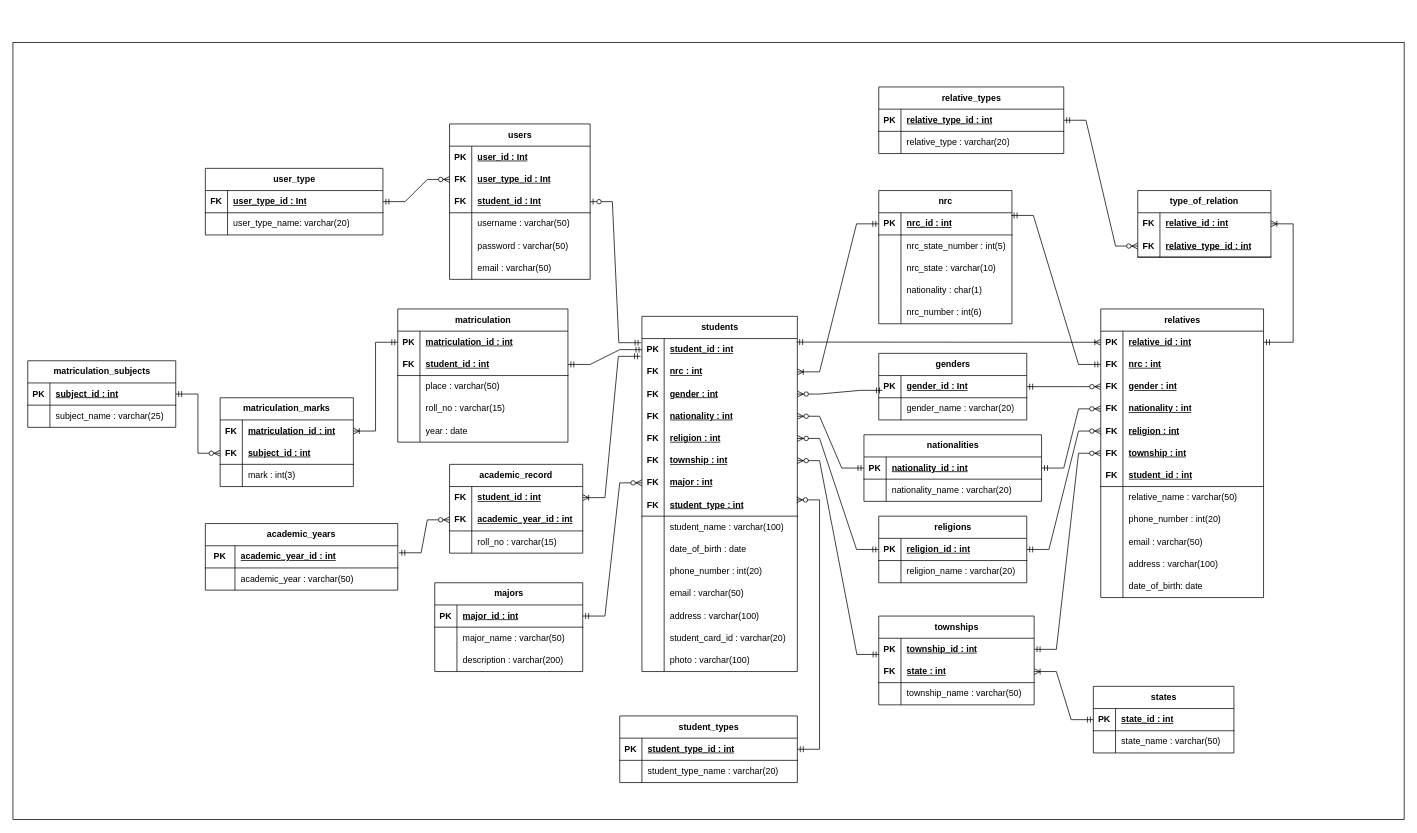
shinjir0u/StudentRegistrationSystem keeps this draw.io diagram as database/database.drawio. Above is the earlier version. Source tidied: cells renumbered, new cells numbered last; positions are measured from the earlier drawing's top-left corner, leaving out a move shared by most shapes. Both pictures are drawn from the tidied source at 74%, with x=0, y=0 at pixel (13, -224).
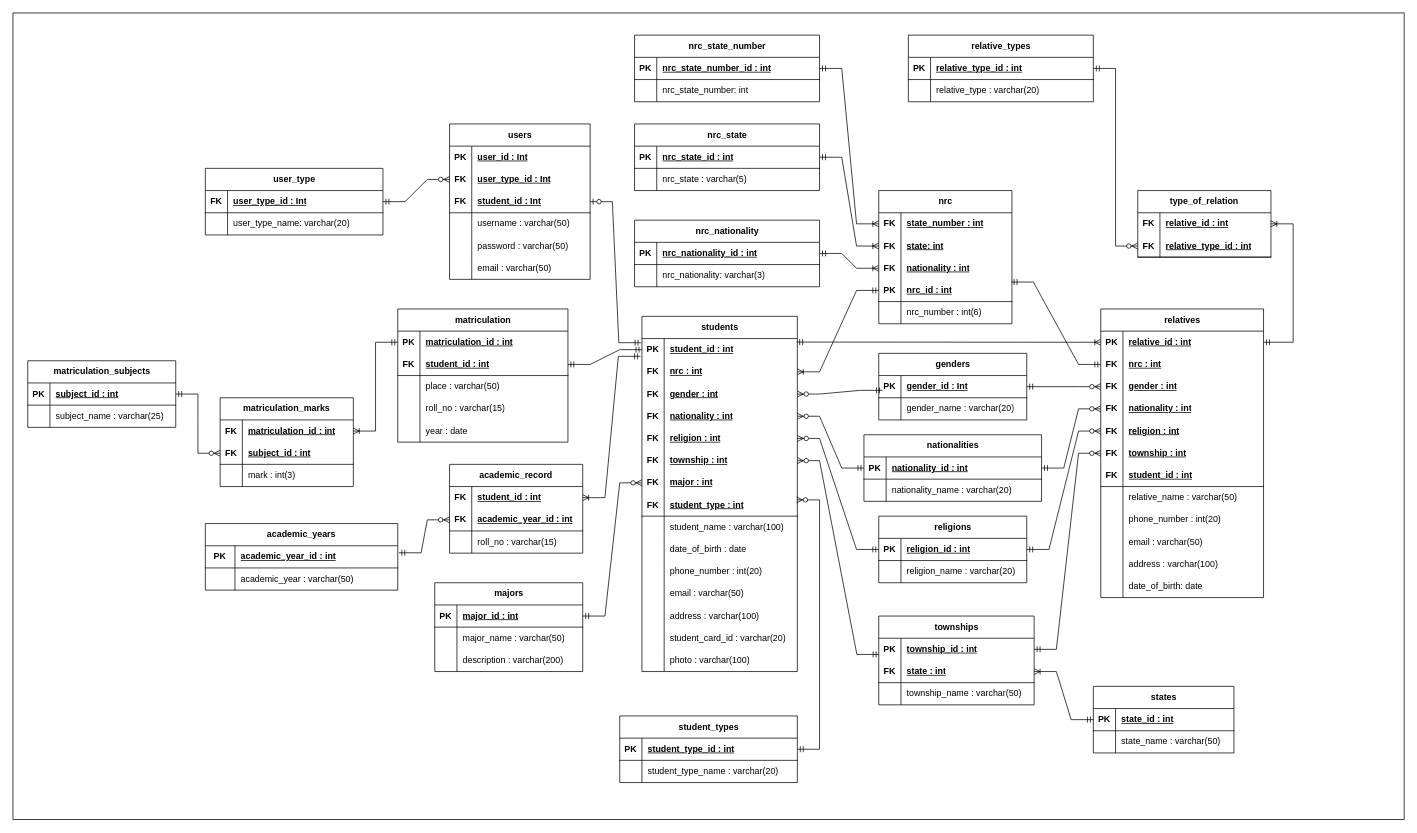
Above is the later version.

The change refers to these unchanged cells:
```xml
<mxCell id="129" value="nrc" style="shape=table;startSize=30;childLayout=tableLayout;rowLines=0;fontStyle=1;align=center;html=1;" parent="1" vertex="1">
  <mxGeometry x="1170" y="560" width="180" height="180" as="geometry" />
</mxCell>
```

The edit, as a diff of the source:
```diff
@@
     <mxCell id="2" style="rounded=0;whiteSpace=wrap;html=1;" parent="1" vertex="1">
-      <mxGeometry y="360" width="1880" height="1050" as="geometry" />
+      <mxGeometry y="320" width="1880" height="1090" as="geometry" />
     </mxCell>
@@
-    <mxCell id="130" style="shape=tableRow;horizontal=0;startSize=0;swimlaneHead=0;swimlaneBody=0;fillColor=none;points=[[0,0.5],[1,0.5]];portConstraint=eastwest;top=0;left=0;right=0;bottom=1;" parent="129" vertex="1">
-      <mxGeometry y="30" width="180" height="30" as="geometry" />
-    </mxCell>
-    <mxCell id="131" value="PK" style="shape=partialRectangle;fillColor=none;top=0;left=0;bottom=0;right=0;fontStyle=1;overflow=hidden;whiteSpace=wrap;html=1;" parent="130" vertex="1">
-      <mxGeometry width="30" height="30" as="geometry" />
-    </mxCell>
-    <mxCell id="132" value="nrc_id : int" style="shape=partialRectangle;fillColor=none;top=0;left=0;bottom=0;right=0;align=left;spacingLeft=6;fontStyle=5;overflow=hidden;whiteSpace=wrap;html=1;" parent="130" vertex="1">
-      <mxGeometry x="30" width="150" height="30" as="geometry" />
-    </mxCell>
     <mxCell id="133" style="shape=tableRow;horizontal=0;startSize=0;swimlaneHead=0;swimlaneBody=0;fillColor=none;points=[[0,0.5],[1,0.5]];portConstraint=eastwest;top=0;left=0;right=0;bottom=0;" parent="129" vertex="1">
-      <mxGeometry y="60" width="180" height="30" as="geometry" />
+      <mxGeometry y="30" width="180" height="30" as="geometry" />
     </mxCell>
-    <mxCell id="134" style="shape=partialRectangle;fillColor=none;top=0;left=0;bottom=0;right=0;overflow=hidden;whiteSpace=wrap;html=1;" parent="133" vertex="1">
+    <mxCell id="134" value="&lt;b&gt;FK&lt;/b&gt;" style="shape=partialRectangle;fillColor=none;top=0;left=0;bottom=0;right=0;overflow=hidden;whiteSpace=wrap;html=1;" parent="133" vertex="1">
       <mxGeometry width="30" height="30" as="geometry" />
     </mxCell>
-    <mxCell id="135" value="nrc_state_number : int(5)" style="shape=partialRectangle;fillColor=none;top=0;left=0;bottom=0;right=0;align=left;spacingLeft=6;overflow=hidden;whiteSpace=wrap;html=1;" parent="133" vertex="1">
+    <mxCell id="135" value="&lt;u&gt;&lt;b&gt;state_number : int&lt;/b&gt;&lt;/u&gt;" style="shape=partialRectangle;fillColor=none;top=0;left=0;bottom=0;right=0;align=left;spacingLeft=6;overflow=hidden;whiteSpace=wrap;html=1;" parent="133" vertex="1">
       <mxGeometry x="30" width="150" height="30" as="geometry" />
     </mxCell>
     <mxCell id="136" style="shape=tableRow;horizontal=0;startSize=0;swimlaneHead=0;swimlaneBody=0;fillColor=none;points=[[0,0.5],[1,0.5]];portConstraint=eastwest;top=0;left=0;right=0;bottom=0;" parent="129" vertex="1">
-      <mxGeometry y="90" width="180" height="30" as="geometry" />
+      <mxGeometry y="60" width="180" height="30" as="geometry" />
     </mxCell>
-    <mxCell id="137" style="shape=partialRectangle;fillColor=none;top=0;left=0;bottom=0;right=0;overflow=hidden;whiteSpace=wrap;html=1;" parent="136" vertex="1">
+    <mxCell id="137" value="&lt;b&gt;FK&lt;/b&gt;" style="shape=partialRectangle;fillColor=none;top=0;left=0;bottom=0;right=0;overflow=hidden;whiteSpace=wrap;html=1;" parent="136" vertex="1">
       <mxGeometry width="30" height="30" as="geometry" />
     </mxCell>
-    <mxCell id="138" value="nrc_state : varchar(10)" style="shape=partialRectangle;fillColor=none;top=0;left=0;bottom=0;right=0;align=left;spacingLeft=6;overflow=hidden;whiteSpace=wrap;html=1;" parent="136" vertex="1">
+    <mxCell id="138" value="&lt;u&gt;&lt;b&gt;state: int&lt;br&gt;&lt;/b&gt;&lt;/u&gt;" style="shape=partialRectangle;fillColor=none;top=0;left=0;bottom=0;right=0;align=left;spacingLeft=6;overflow=hidden;whiteSpace=wrap;html=1;" parent="136" vertex="1">
       <mxGeometry x="30" width="150" height="30" as="geometry" />
     </mxCell>
     <mxCell id="139" style="shape=tableRow;horizontal=0;startSize=0;swimlaneHead=0;swimlaneBody=0;fillColor=none;points=[[0,0.5],[1,0.5]];portConstraint=eastwest;top=0;left=0;right=0;bottom=0;" parent="129" vertex="1">
-      <mxGeometry y="120" width="180" height="30" as="geometry" />
+      <mxGeometry y="90" width="180" height="30" as="geometry" />
     </mxCell>
-    <mxCell id="140" style="shape=partialRectangle;fillColor=none;top=0;left=0;bottom=0;right=0;overflow=hidden;whiteSpace=wrap;html=1;" parent="139" vertex="1">
+    <mxCell id="140" value="&lt;b&gt;FK&lt;/b&gt;" style="shape=partialRectangle;fillColor=none;top=0;left=0;bottom=0;right=0;overflow=hidden;whiteSpace=wrap;html=1;" parent="139" vertex="1">
       <mxGeometry width="30" height="30" as="geometry" />
     </mxCell>
-    <mxCell id="141" value="nationality : char(1)" style="shape=partialRectangle;fillColor=none;top=0;left=0;bottom=0;right=0;align=left;spacingLeft=6;overflow=hidden;whiteSpace=wrap;html=1;" parent="139" vertex="1">
+    <mxCell id="141" value="nationality : int" style="shape=partialRectangle;fillColor=none;top=0;left=0;bottom=0;right=0;align=left;spacingLeft=6;overflow=hidden;whiteSpace=wrap;html=1;fontStyle=5;" parent="139" vertex="1">
       <mxGeometry x="30" width="150" height="30" as="geometry" />
     </mxCell>
+    <mxCell id="130" style="shape=tableRow;horizontal=0;startSize=0;swimlaneHead=0;swimlaneBody=0;fillColor=none;points=[[0,0.5],[1,0.5]];portConstraint=eastwest;top=0;left=0;right=0;bottom=1;" parent="129" vertex="1">
+      <mxGeometry y="120" width="180" height="30" as="geometry" />
+    </mxCell>
+    <mxCell id="131" value="PK" style="shape=partialRectangle;fillColor=none;top=0;left=0;bottom=0;right=0;fontStyle=1;overflow=hidden;whiteSpace=wrap;html=1;" parent="130" vertex="1">
+      <mxGeometry width="30" height="30" as="geometry" />
+    </mxCell>
+    <mxCell id="132" value="nrc_id : int" style="shape=partialRectangle;fillColor=none;top=0;left=0;bottom=0;right=0;align=left;spacingLeft=6;fontStyle=5;overflow=hidden;whiteSpace=wrap;html=1;" parent="130" vertex="1">
+      <mxGeometry x="30" width="150" height="30" as="geometry" />
+    </mxCell>
@@
     <mxCell id="214" value="relative_types" style="shape=table;startSize=30;childLayout=tableLayout;rowLines=0;fontStyle=1;align=center;html=1;" parent="1" vertex="1">
-      <mxGeometry x="1170" y="420" width="250" height="90" as="geometry" />
+      <mxGeometry x="1210" y="350" width="250" height="90" as="geometry" />
     </mxCell>
@@
+    <mxCell id="270" value="nrc_nationality" style="shape=table;startSize=30;childLayout=tableLayout;rowLines=0;fontStyle=1;align=center;html=1;" parent="1" vertex="1">
+      <mxGeometry x="840" y="600" width="250" height="90" as="geometry" />
+    </mxCell>
+    <mxCell id="271" style="shape=tableRow;horizontal=0;startSize=0;swimlaneHead=0;swimlaneBody=0;fillColor=none;points=[[0,0.5],[1,0.5]];portConstraint=eastwest;top=0;left=0;right=0;bottom=1;" parent="270" vertex="1">
+      <mxGeometry y="30" width="250" height="30" as="geometry" />
+    </mxCell>
+    <mxCell id="272" value="PK" style="shape=partialRectangle;fillColor=none;top=0;left=0;bottom=0;right=0;fontStyle=1;overflow=hidden;whiteSpace=wrap;html=1;" parent="271" vertex="1">
+      <mxGeometry width="30" height="30" as="geometry" />
+    </mxCell>
+    <mxCell id="273" value="nrc_nationality_id : int" style="shape=partialRectangle;fillColor=none;top=0;left=0;bottom=0;right=0;align=left;spacingLeft=6;fontStyle=5;overflow=hidden;whiteSpace=wrap;html=1;" parent="271" vertex="1">
+      <mxGeometry x="30" width="220" height="30" as="geometry" />
+    </mxCell>
+    <mxCell id="274" style="shape=tableRow;horizontal=0;startSize=0;swimlaneHead=0;swimlaneBody=0;fillColor=none;top=0;left=0;right=0;bottom=0;" parent="270" vertex="1">
+      <mxGeometry y="60" width="250" height="30" as="geometry" />
+    </mxCell>
+    <mxCell id="275" style="shape=partialRectangle;fillColor=none;top=0;left=0;bottom=0;right=0;overflow=hidden;whiteSpace=wrap;html=1;" parent="274" vertex="1">
+      <mxGeometry width="30" height="30" as="geometry" />
+    </mxCell>
+    <mxCell id="276" value="nrc_nationality: varchar(3)" style="shape=partialRectangle;fillColor=none;top=0;left=0;bottom=0;right=0;align=left;spacingLeft=6;overflow=hidden;whiteSpace=wrap;html=1;" parent="274" vertex="1">
+      <mxGeometry x="30" width="220" height="30" as="geometry" />
+    </mxCell>
+    <mxCell id="277" value="nrc_state" style="shape=table;startSize=30;childLayout=tableLayout;rowLines=0;fontStyle=1;align=center;html=1;" parent="1" vertex="1">
+      <mxGeometry x="840" y="470" width="250" height="90" as="geometry" />
+    </mxCell>
+    <mxCell id="278" style="shape=tableRow;horizontal=0;startSize=0;swimlaneHead=0;swimlaneBody=0;fillColor=none;points=[[0,0.5],[1,0.5]];portConstraint=eastwest;top=0;left=0;right=0;bottom=1;" parent="277" vertex="1">
+      <mxGeometry y="30" width="250" height="30" as="geometry" />
+    </mxCell>
+    <mxCell id="279" value="PK" style="shape=partialRectangle;fillColor=none;top=0;left=0;bottom=0;right=0;fontStyle=1;overflow=hidden;whiteSpace=wrap;html=1;" parent="278" vertex="1">
+      <mxGeometry width="30" height="30" as="geometry" />
+    </mxCell>
+    <mxCell id="280" value="nrc_state_id : int" style="shape=partialRectangle;fillColor=none;top=0;left=0;bottom=0;right=0;align=left;spacingLeft=6;fontStyle=5;overflow=hidden;whiteSpace=wrap;html=1;" parent="278" vertex="1">
+      <mxGeometry x="30" width="220" height="30" as="geometry" />
+    </mxCell>
+    <mxCell id="281" style="shape=tableRow;horizontal=0;startSize=0;swimlaneHead=0;swimlaneBody=0;fillColor=none;top=0;left=0;right=0;bottom=0;" parent="277" vertex="1">
+      <mxGeometry y="60" width="250" height="30" as="geometry" />
+    </mxCell>
+    <mxCell id="282" style="shape=partialRectangle;fillColor=none;top=0;left=0;bottom=0;right=0;overflow=hidden;whiteSpace=wrap;html=1;" parent="281" vertex="1">
+      <mxGeometry width="30" height="30" as="geometry" />
+    </mxCell>
+    <mxCell id="283" value="nrc_state : varchar(5)" style="shape=partialRectangle;fillColor=none;top=0;left=0;bottom=0;right=0;align=left;spacingLeft=6;overflow=hidden;whiteSpace=wrap;html=1;" parent="281" vertex="1">
+      <mxGeometry x="30" width="220" height="30" as="geometry" />
+    </mxCell>
+    <mxCell id="284" value="nrc_state_number" style="shape=table;startSize=30;childLayout=tableLayout;rowLines=0;fontStyle=1;align=center;html=1;" parent="1" vertex="1">
+      <mxGeometry x="840" y="350" width="250" height="90" as="geometry" />
+    </mxCell>
+    <mxCell id="285" style="shape=tableRow;horizontal=0;startSize=0;swimlaneHead=0;swimlaneBody=0;fillColor=none;points=[[0,0.5],[1,0.5]];portConstraint=eastwest;top=0;left=0;right=0;bottom=1;" parent="284" vertex="1">
+      <mxGeometry y="30" width="250" height="30" as="geometry" />
+    </mxCell>
+    <mxCell id="286" value="PK" style="shape=partialRectangle;fillColor=none;top=0;left=0;bottom=0;right=0;fontStyle=1;overflow=hidden;whiteSpace=wrap;html=1;" parent="285" vertex="1">
+      <mxGeometry width="30" height="30" as="geometry" />
+    </mxCell>
+    <mxCell id="287" value="nrc_state_number_id : int" style="shape=partialRectangle;fillColor=none;top=0;left=0;bottom=0;right=0;align=left;spacingLeft=6;fontStyle=5;overflow=hidden;whiteSpace=wrap;html=1;" parent="285" vertex="1">
+      <mxGeometry x="30" width="220" height="30" as="geometry" />
+    </mxCell>
+    <mxCell id="288" style="shape=tableRow;horizontal=0;startSize=0;swimlaneHead=0;swimlaneBody=0;fillColor=none;top=0;left=0;right=0;bottom=0;" parent="284" vertex="1">
+      <mxGeometry y="60" width="250" height="30" as="geometry" />
+    </mxCell>
+    <mxCell id="289" style="shape=partialRectangle;fillColor=none;top=0;left=0;bottom=0;right=0;overflow=hidden;whiteSpace=wrap;html=1;" parent="288" vertex="1">
+      <mxGeometry width="30" height="30" as="geometry" />
+    </mxCell>
+    <mxCell id="290" value="nrc_state_number: int" style="shape=partialRectangle;fillColor=none;top=0;left=0;bottom=0;right=0;align=left;spacingLeft=6;overflow=hidden;whiteSpace=wrap;html=1;" parent="288" vertex="1">
+      <mxGeometry x="30" width="220" height="30" as="geometry" />
+    </mxCell>
+    <mxCell id="291" style="edgeStyle=entityRelationEdgeStyle;fontSize=12;html=1;endArrow=ERoneToMany;startArrow=ERmandOne;rounded=0;" parent="1" edge="1" source="278" target="136">
+      <mxGeometry relative="1" as="geometry" />
+    </mxCell>
+    <mxCell id="292" style="edgeStyle=entityRelationEdgeStyle;fontSize=12;html=1;endArrow=ERoneToMany;startArrow=ERmandOne;rounded=0;" parent="1" edge="1" source="271" target="139">
+      <mxGeometry relative="1" as="geometry" />
+    </mxCell>
+    <mxCell id="293" style="edgeStyle=entityRelationEdgeStyle;fontSize=12;html=1;endArrow=ERoneToMany;startArrow=ERmandOne;rounded=0;" parent="1" edge="1" source="285" target="133">
+      <mxGeometry relative="1" as="geometry" />
+    </mxCell>
```
